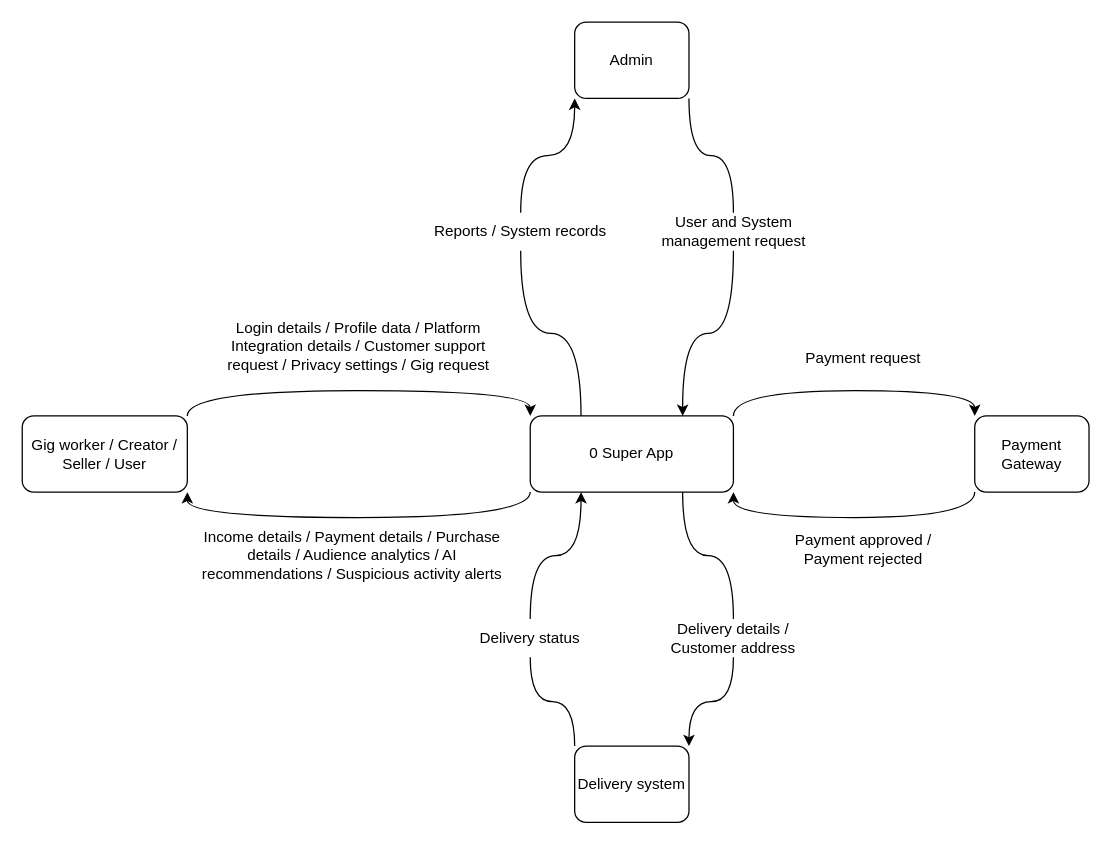
This is System Design and Analysis/Level 0 DFD.drawio from NamraLazfim/Assignments, a draw.io file, before an edit. Source tidied: cells renumbered, new cells numbered last; positions are measured from the earlier drawing's top-left corner, leaving out a move shared by most shapes. Both pictures are drawn from the tidied source at 127%, with x=0, y=0 at pixel (22, 22).
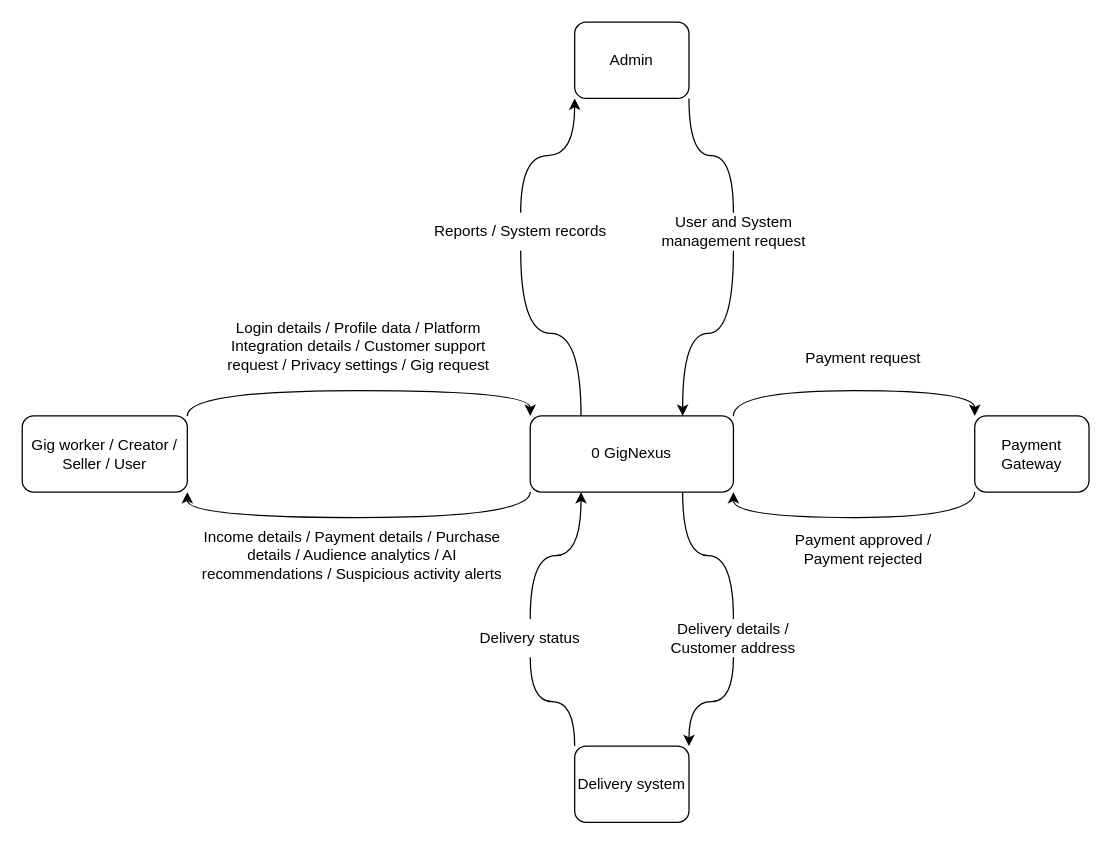
The same diagram, later.

Commit message (it also covers changes not shown here):
Added Level 1 DFD

What changed in the source:
```diff
@@
-    <mxCell id="11" value="0 Super App" style="rounded=1;whiteSpace=wrap;html=1;" parent="1" vertex="1">
+    <mxCell id="11" value="0 GigNexus" style="rounded=1;whiteSpace=wrap;html=1;" parent="1" vertex="1">
       <mxGeometry x="400" y="310" width="160" height="60" as="geometry" />
     </mxCell>
```
